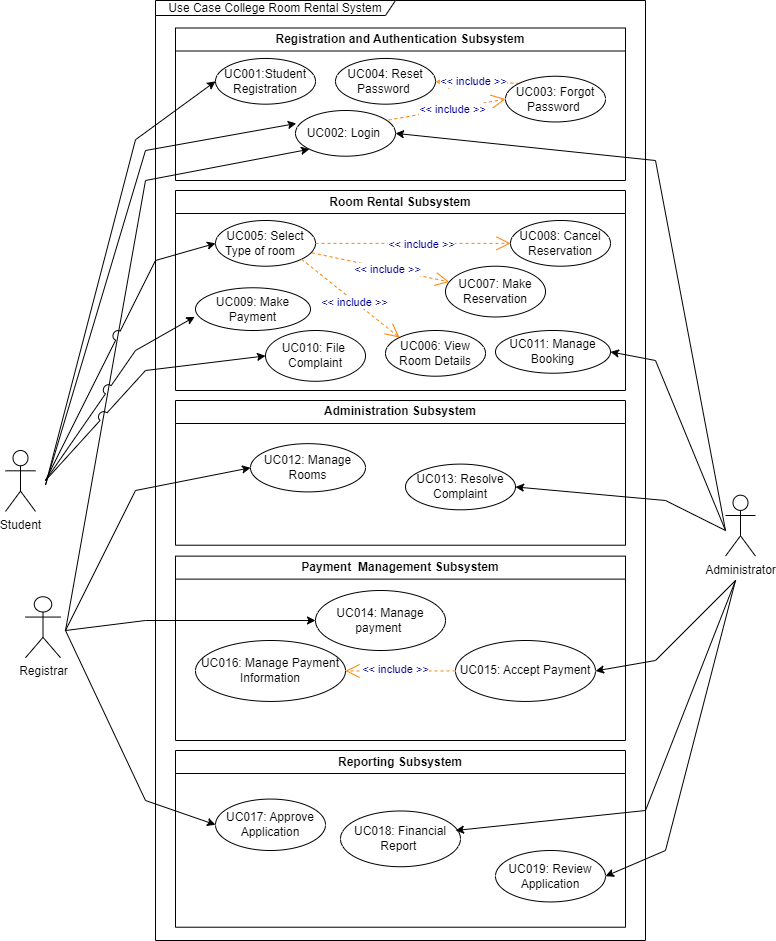
Earlier version of the draw.io export project/drawio/Alpha/useCasediagram.drawio.png (drshahizan/software-engineering). Source tidied: cells renumbered, new cells last; positions are measured from the earlier drawing's top-left corner, leaving out a move shared by most shapes.
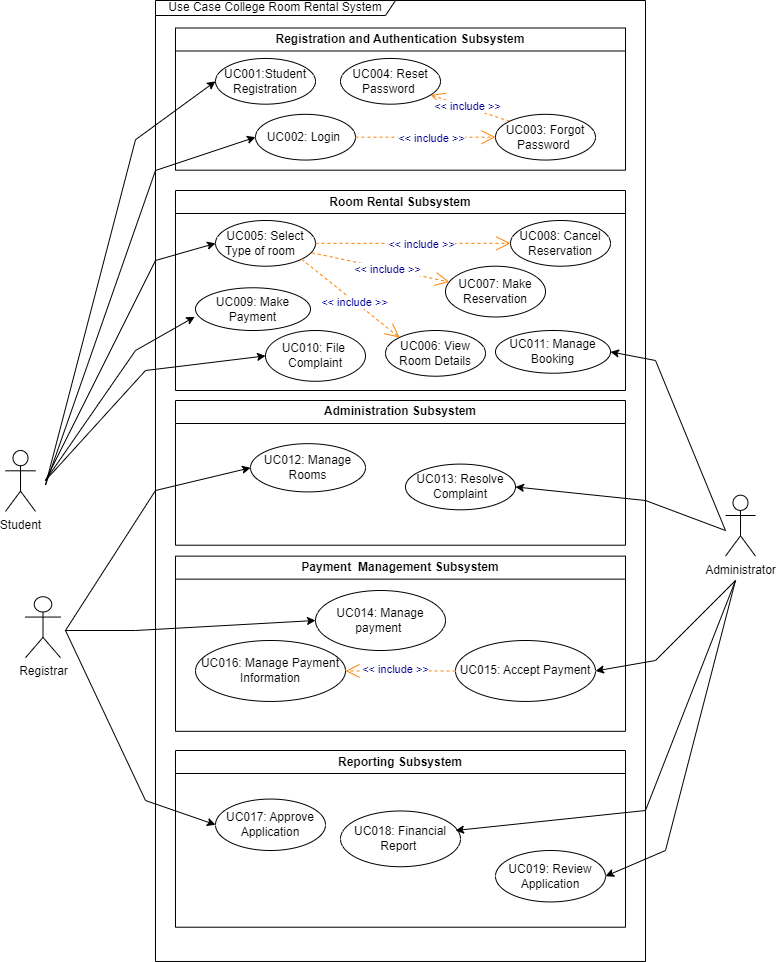
The same diagram one commit later.

What changed in the source:
```diff
@@ -2,43 +2,27 @@
   <root>
     <mxCell id="0" />
     <mxCell id="1" parent="0" />
-    <mxCell id="2" style="endArrow=classic;html=1;rounded=0;entryX=0;entryY=1;entryDx=0;entryDy=0;jumpStyle=none;jumpSize=10;" parent="1" edge="1" target="5">
-      <mxGeometry relative="1" as="geometry">
-        <mxPoint x="60" y="630" as="sourcePoint" />
-        <Array as="points">
-          <mxPoint x="140" y="180" />
-        </Array>
-      </mxGeometry>
-    </mxCell>
     <mxCell id="3" value="Registration and Authentication Subsystem" style="swimlane;whiteSpace=wrap;html=1;" parent="1" vertex="1">
-      <mxGeometry x="170" y="27.5" width="450" height="152.5" as="geometry" />
+      <mxGeometry x="170" y="27.5" width="450" height="142.2" as="geometry" />
     </mxCell>
     <mxCell id="4" value="UC001:Student Registration" style="ellipse;whiteSpace=wrap;html=1;" parent="3" vertex="1">
       <mxGeometry x="40" y="30.5" width="100" height="45.7" as="geometry" />
     </mxCell>
     <mxCell id="5" value="UC002: Login&amp;nbsp;" style="ellipse;whiteSpace=wrap;html=1;" parent="3" vertex="1">
-      <mxGeometry x="120" y="82.5" width="100" height="45.7" as="geometry" />
+      <mxGeometry x="80" y="86.3" width="100" height="45.7" as="geometry" />
     </mxCell>
     <mxCell id="6" value="UC004: Reset Password&amp;nbsp;" style="ellipse;whiteSpace=wrap;html=1;" parent="3" vertex="1">
-      <mxGeometry x="160" y="30.5" width="100" height="45.7" as="geometry" />
+      <mxGeometry x="165" y="30.5" width="100" height="45.7" as="geometry" />
     </mxCell>
     <mxCell id="7" value="&amp;lt;&amp;lt; include &amp;gt;&amp;gt;" style="endArrow=open;endSize=12;dashed=1;html=1;fontColor=#000099;strokeColor=#FF8000;exitX=0;exitY=0;exitDx=0;exitDy=0;" parent="3" edge="1" source="8" target="6">
       <mxGeometry x="0.09" y="-1" relative="1" as="geometry" />
     </mxCell>
     <mxCell id="8" value="UC003: Forgot Password&amp;nbsp;" style="ellipse;whiteSpace=wrap;html=1;" parent="3" vertex="1">
-      <mxGeometry x="330" y="48.2" width="100" height="45.7" as="geometry" />
+      <mxGeometry x="320" y="86.3" width="100" height="45.7" as="geometry" />
     </mxCell>
-    <mxCell id="9" value="&amp;lt;&amp;lt; include &amp;gt;&amp;gt;" style="endArrow=open;endSize=12;dashed=1;html=1;entryX=0;entryY=0.5;fontColor=#000099;strokeColor=#FF8000;entryDx=0;entryDy=0;exitX=0.932;exitY=0.209;exitDx=0;exitDy=0;exitPerimeter=0;" parent="3" edge="1" source="5" target="8">
+    <mxCell id="9" value="&amp;lt;&amp;lt; include &amp;gt;&amp;gt;" style="endArrow=open;endSize=12;dashed=1;html=1;entryX=0;entryY=0.5;fontColor=#000099;strokeColor=#FF8000;entryDx=0;entryDy=0;exitX=1;exitY=0.5;exitDx=0;exitDy=0;" parent="3" edge="1" source="5" target="8">
       <mxGeometry x="0.09" y="-1" relative="1" as="geometry" />
     </mxCell>
-    <mxCell id="10" style="endArrow=classic;html=1;rounded=0;entryX=1;entryY=0.5;entryDx=0;entryDy=0;" parent="3" edge="1" target="5">
-      <mxGeometry relative="1" as="geometry">
-        <mxPoint x="550" y="502.5" as="sourcePoint" />
-        <Array as="points">
-          <mxPoint x="480" y="132.5" />
-        </Array>
-      </mxGeometry>
-    </mxCell>
     <mxCell id="11" value="Room Rental Subsystem" style="swimlane;whiteSpace=wrap;html=1;" parent="1" vertex="1">
       <mxGeometry x="170" y="190" width="450" height="200" as="geometry" />
     </mxCell>
@@ -72,6 +56,9 @@
     <mxCell id="21" value="UC009: Make Payment" style="ellipse;whiteSpace=wrap;html=1;" parent="11" vertex="1">
       <mxGeometry x="20" y="97.3" width="115" height="42.7" as="geometry" />
     </mxCell>
+    <mxCell id="50" value="Use Case College Room Rental System" style="shape=umlFrame;whiteSpace=wrap;html=1;width=240;height=15;" parent="11" vertex="1">
+      <mxGeometry x="-20" y="-190" width="490" height="961" as="geometry" />
+    </mxCell>
     <mxCell id="22" value="UC016: Manage Payment Information" style="ellipse;whiteSpace=wrap;html=1;" parent="11" vertex="1">
       <mxGeometry x="20" y="450" width="150" height="60.9" as="geometry" />
     </mxCell>
@@ -85,7 +72,7 @@
       <mxGeometry x="0.09" y="-1" relative="1" as="geometry" />
     </mxCell>
     <mxCell id="26" value="Payment&amp;nbsp; Management Subsystem" style="swimlane;whiteSpace=wrap;html=1;" parent="1" vertex="1">
-      <mxGeometry x="170" y="555.6" width="450" height="184.4" as="geometry" />
+      <mxGeometry x="170" y="555.6" width="450" height="175.2" as="geometry" />
     </mxCell>
     <mxCell id="27" value="Reporting Subsystem" style="swimlane;whiteSpace=wrap;html=1;" parent="1" vertex="1">
       <mxGeometry x="170" y="750" width="450" height="176.7" as="geometry" />
@@ -122,18 +109,18 @@
         </Array>
       </mxGeometry>
     </mxCell>
-    <mxCell id="37" style="endArrow=classic;html=1;rounded=0;entryX=0.008;entryY=0.284;entryDx=0;entryDy=0;entryPerimeter=0;" parent="1" edge="1" target="5">
+    <mxCell id="37" style="endArrow=classic;html=1;rounded=0;entryX=0;entryY=0.5;entryDx=0;entryDy=0;" parent="1" edge="1" target="5">
       <mxGeometry relative="1" as="geometry">
         <mxPoint x="40" y="484.5" as="sourcePoint" />
         <Array as="points">
-          <mxPoint x="140" y="150" />
+          <mxPoint x="150" y="170" />
         </Array>
       </mxGeometry>
     </mxCell>
     <mxCell id="38" value="Student" style="shape=umlActor;verticalLabelPosition=bottom;verticalAlign=top;html=1;" parent="1" vertex="1">
       <mxGeometry y="450" width="30" height="60.9" as="geometry" />
     </mxCell>
-    <mxCell id="39" style="endArrow=classic;html=1;rounded=0;entryX=0;entryY=0.5;entryDx=0;entryDy=0;jumpStyle=arc;jumpSize=10;" parent="1" edge="1" target="14">
+    <mxCell id="39" style="endArrow=classic;html=1;rounded=0;entryX=0;entryY=0.5;entryDx=0;entryDy=0;" parent="1" edge="1" target="14">
       <mxGeometry relative="1" as="geometry">
         <mxPoint x="40" y="480" as="sourcePoint" />
         <Array as="points">
@@ -141,6 +128,14 @@
         </Array>
       </mxGeometry>
     </mxCell>
+    <mxCell id="42" style="endArrow=classic;html=1;rounded=0;entryX=0;entryY=0.5;entryDx=0;entryDy=0;" parent="1" edge="1" target="20">
+      <mxGeometry relative="1" as="geometry">
+        <mxPoint x="40" y="480" as="sourcePoint" />
+        <Array as="points">
+          <mxPoint x="140" y="370" />
+        </Array>
+      </mxGeometry>
+    </mxCell>
     <mxCell id="40" style="endArrow=classic;html=1;rounded=0;entryX=1;entryY=0.5;entryDx=0;entryDy=0;" parent="1" edge="1" target="28">
       <mxGeometry relative="1" as="geometry">
         <mxPoint x="730" y="580" as="sourcePoint" />
@@ -158,14 +153,6 @@
         </Array>
       </mxGeometry>
     </mxCell>
-    <mxCell id="42" style="endArrow=classic;html=1;rounded=0;entryX=0;entryY=0.5;entryDx=0;entryDy=0;jumpStyle=arc;jumpSize=10;" parent="1" edge="1" target="20">
-      <mxGeometry relative="1" as="geometry">
-        <mxPoint x="40" y="480" as="sourcePoint" />
-        <Array as="points">
-          <mxPoint x="140" y="370" />
-        </Array>
-      </mxGeometry>
-    </mxCell>
     <mxCell id="43" style="endArrow=classic;html=1;rounded=0;entryX=0;entryY=0.5;entryDx=0;entryDy=0;" parent="1" edge="1" target="30">
       <mxGeometry relative="1" as="geometry">
         <mxPoint x="60" y="630" as="sourcePoint" />
@@ -186,7 +173,7 @@
       <mxGeometry relative="1" as="geometry">
         <mxPoint x="60" y="630" as="sourcePoint" />
         <Array as="points">
-          <mxPoint x="130" y="490" />
+          <mxPoint x="150" y="490" />
         </Array>
       </mxGeometry>
     </mxCell>
@@ -194,10 +181,18 @@
       <mxGeometry relative="1" as="geometry">
         <mxPoint x="720" y="530" as="sourcePoint" />
         <Array as="points">
-          <mxPoint x="660" y="500" />
+          <mxPoint x="640" y="500" />
         </Array>
       </mxGeometry>
     </mxCell>
+    <mxCell id="48" style="endArrow=classic;html=1;rounded=0;entryX=-0.007;entryY=0.68;entryDx=0;entryDy=0;entryPerimeter=0;" parent="1" edge="1" target="21">
+      <mxGeometry relative="1" as="geometry">
+        <mxPoint x="40" y="480" as="sourcePoint" />
+        <Array as="points">
+          <mxPoint x="130" y="350" />
+        </Array>
+      </mxGeometry>
+    </mxCell>
     <mxCell id="47" style="endArrow=classic;html=1;rounded=0;entryX=1;entryY=0.5;entryDx=0;entryDy=0;" parent="1" edge="1" target="19">
       <mxGeometry relative="1" as="geometry">
         <mxPoint x="720" y="530" as="sourcePoint" />
@@ -206,24 +201,13 @@
         </Array>
       </mxGeometry>
     </mxCell>
-    <mxCell id="48" style="endArrow=classic;html=1;rounded=0;entryX=-0.007;entryY=0.68;entryDx=0;entryDy=0;entryPerimeter=0;jumpStyle=arc;jumpSize=10;" parent="1" edge="1" target="21">
-      <mxGeometry relative="1" as="geometry">
-        <mxPoint x="40" y="480" as="sourcePoint" />
-        <Array as="points">
-          <mxPoint x="130" y="350" />
-        </Array>
-      </mxGeometry>
-    </mxCell>
     <mxCell id="49" style="endArrow=classic;html=1;rounded=0;entryX=0;entryY=0.5;entryDx=0;entryDy=0;" parent="1" edge="1" target="23">
       <mxGeometry relative="1" as="geometry">
         <mxPoint x="60" y="630" as="sourcePoint" />
         <Array as="points">
-          <mxPoint x="140" y="620" />
+          <mxPoint x="130" y="630" />
         </Array>
       </mxGeometry>
     </mxCell>
-    <mxCell id="50" value="Use Case College Room Rental System" style="shape=umlFrame;whiteSpace=wrap;html=1;width=240;height=15;" parent="1" vertex="1">
-      <mxGeometry x="150" width="490" height="940" as="geometry" />
-    </mxCell>
   </root>
 </mxGraphModel>
```
